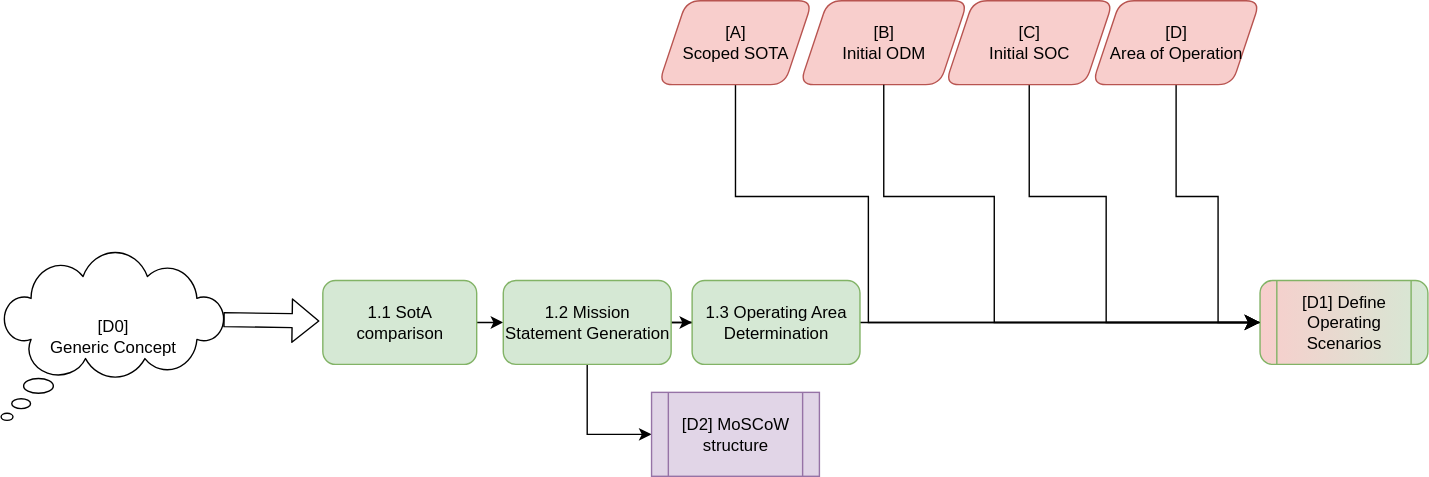
TortoiseFather/sacred-site keeps this draw.io diagram as diagrams/step-1.svg. Above is the earlier version. Source tidied: cells renumbered, new cells last; positions are measured from the earlier drawing's top-left corner, leaving out a move shared by most shapes. The source it was exported from:
```xml
<mxGraphModel background="#ffffff">
  <root>
    <mxCell id="0" />
    <mxCell id="1" parent="0" />
    <mxCell id="2" value="[D0]&lt;div&gt;Generic Concept&lt;/div&gt;" style="whiteSpace=wrap;html=1;shape=mxgraph.basic.cloud_callout;rounded=1;fontColor=#000000;fillColor=#FFFFFF;strokeColor=#000000;" parent="1" vertex="1">
      <mxGeometry y="180" width="160" height="120" as="geometry" />
    </mxCell>
    <mxCell id="3" style="shape=flexArrow;endArrow=classic;html=1;rounded=1;exitX=0.993;exitY=0.4;exitDx=0;exitDy=0;exitPerimeter=0;entryX=-0.022;entryY=0.483;entryDx=0;entryDy=0;entryPerimeter=0;strokeColor=#000000;" parent="1" edge="1" source="2" target="11">
      <mxGeometry relative="1" as="geometry" />
    </mxCell>
    <mxCell id="4" style="edgeStyle=orthogonalEdgeStyle;rounded=1;jettySize=auto;html=1;strokeColor=#000000;" parent="1" edge="1" target="8">
      <mxGeometry relative="1" as="geometry">
        <mxPoint x="340" y="230" as="sourcePoint" />
      </mxGeometry>
    </mxCell>
    <mxCell id="5" style="edgeStyle=orthogonalEdgeStyle;rounded=1;jettySize=auto;html=1;strokeColor=#000000;" parent="1" edge="1" source="8">
      <mxGeometry relative="1" as="geometry">
        <mxPoint x="560" y="230" as="targetPoint" />
      </mxGeometry>
    </mxCell>
    <mxCell id="6" style="edgeStyle=orthogonalEdgeStyle;rounded=0;jettySize=auto;html=1;entryX=0;entryY=0.5;entryDx=0;entryDy=0;strokeColor=#000000;" parent="1" edge="1" source="8" target="13">
      <mxGeometry relative="1" as="geometry" />
    </mxCell>
    <mxCell id="7" style="edgeStyle=orthogonalEdgeStyle;rounded=0;jettySize=auto;html=1;entryX=0;entryY=0.5;entryDx=0;entryDy=0;strokeColor=#000000;" parent="1" edge="1" source="8" target="21">
      <mxGeometry relative="1" as="geometry" />
    </mxCell>
    <mxCell id="8" value="1.2 Mission Statement Generation" style="whiteSpace=wrap;html=1;rounded=1;strokeColor=#82b366;fillColor=#d5e8d4;" parent="1" vertex="1">
      <mxGeometry x="359" y="200" width="120" height="60" as="geometry" />
    </mxCell>
    <mxCell id="9" style="edgeStyle=none;curved=0;rounded=0;jettySize=auto;html=1;entryX=0;entryY=0.5;entryDx=0;entryDy=0;fontSize=12;startSize=8;endSize=8;strokeColor=#000000;" parent="1" edge="1" source="10">
      <mxGeometry relative="1" as="geometry">
        <mxPoint x="960" y="230" as="targetPoint" />
        <Array as="points">
          <mxPoint x="525" y="140" />
          <mxPoint x="620" y="140" />
          <mxPoint x="620" y="230" />
        </Array>
      </mxGeometry>
    </mxCell>
    <mxCell id="10" value="&lt;div&gt;&lt;span style=&quot;color: rgb(0, 0, 0);&quot;&gt;[A]&lt;/span&gt;&lt;/div&gt;&lt;div&gt;&lt;span style=&quot;color: rgb(0, 0, 0);&quot;&gt;Scoped SOTA&lt;/span&gt;&lt;/div&gt;" style="shape=parallelogram;perimeter=parallelogramPerimeter;whiteSpace=wrap;html=1;fixedSize=1;rounded=1;strokeColor=#b85450;fillColor=#f8cecc;" parent="1" vertex="1">
      <mxGeometry x="470" width="110" height="60" as="geometry" />
    </mxCell>
    <mxCell id="11" value="1.1 SotA comparison" style="rounded=1;whiteSpace=wrap;html=1;strokeColor=#82b366;fillColor=#d5e8d4;" parent="1" vertex="1">
      <mxGeometry x="230" y="200" width="110" height="60" as="geometry" />
    </mxCell>
    <mxCell id="12" style="edgeStyle=none;curved=1;rounded=1;jettySize=auto;html=1;entryX=0;entryY=0.5;entryDx=0;entryDy=0;fontSize=12;startSize=8;endSize=8;strokeColor=#000000;" parent="1" edge="1" source="13" target="16">
      <mxGeometry relative="1" as="geometry" />
    </mxCell>
    <mxCell id="13" value="1.3 Operating Area Determination" style="rounded=1;whiteSpace=wrap;html=1;strokeColor=#82b366;fillColor=#d5e8d4;" parent="1" vertex="1">
      <mxGeometry x="494" y="200" width="120" height="60" as="geometry" />
    </mxCell>
    <mxCell id="14" style="edgeStyle=none;curved=0;rounded=0;jettySize=auto;html=1;entryX=0;entryY=0.5;entryDx=0;entryDy=0;fontSize=12;startSize=8;endSize=8;strokeColor=#000000;" parent="1" edge="1" source="15">
      <mxGeometry relative="1" as="geometry">
        <mxPoint x="930" y="230" as="targetPoint" />
        <Array as="points">
          <mxPoint x="840" y="140" />
          <mxPoint x="870" y="140" />
          <mxPoint x="870" y="230" />
        </Array>
      </mxGeometry>
    </mxCell>
    <mxCell id="15" value="[D]&lt;div&gt;&lt;span style=&quot;color: rgb(0, 0, 0);&quot;&gt;Area of Operation&lt;/span&gt;&lt;/div&gt;" style="shape=parallelogram;perimeter=parallelogramPerimeter;whiteSpace=wrap;html=1;fixedSize=1;rounded=1;strokeColor=#b85450;fillColor=#f8cecc;" parent="1" vertex="1">
      <mxGeometry x="780" width="120" height="60" as="geometry" />
    </mxCell>
    <mxCell id="16" value="[D1] Define Operating Scenarios" style="shape=process;whiteSpace=wrap;html=1;backgroundOutline=1;rounded=1;strokeColor=#82b366;fillColor=#d5e8d4;gradientDirection=west;gradientColor=#F8CECC;" parent="1" vertex="1">
      <mxGeometry x="900" y="200" width="120" height="60" as="geometry" />
    </mxCell>
    <mxCell id="17" value="&lt;div&gt;&lt;span style=&quot;color: rgb(0, 0, 0);&quot;&gt;[B]&lt;/span&gt;&lt;/div&gt;&lt;div&gt;&lt;span style=&quot;color: rgb(0, 0, 0);&quot;&gt;Initial ODM&lt;/span&gt;&lt;/div&gt;" style="shape=parallelogram;perimeter=parallelogramPerimeter;whiteSpace=wrap;html=1;fixedSize=1;rounded=1;strokeColor=#b85450;fillColor=#f8cecc;" parent="1" vertex="1">
      <mxGeometry x="571" width="120" height="60" as="geometry" />
    </mxCell>
    <mxCell id="18" style="edgeStyle=none;curved=0;rounded=0;jettySize=auto;html=1;exitX=0.5;exitY=1;exitDx=0;exitDy=0;entryX=0;entryY=0.5;entryDx=0;entryDy=0;fontSize=12;startSize=8;endSize=8;strokeColor=#000000;" parent="1" edge="1" source="19" target="16">
      <mxGeometry relative="1" as="geometry">
        <Array as="points">
          <mxPoint x="735" y="140" />
          <mxPoint x="790" y="140" />
          <mxPoint x="790" y="230" />
        </Array>
      </mxGeometry>
    </mxCell>
    <mxCell id="19" value="&lt;span style=&quot;color: rgb(0, 0, 0);&quot;&gt;[C]&lt;/span&gt;&lt;div&gt;&lt;span style=&quot;color: rgb(0, 0, 0);&quot;&gt;Initial SOC&lt;/span&gt;&lt;/div&gt;" style="shape=parallelogram;perimeter=parallelogramPerimeter;whiteSpace=wrap;html=1;fixedSize=1;rounded=1;strokeColor=#b85450;fillColor=#f8cecc;" parent="1" vertex="1">
      <mxGeometry x="675" width="120" height="60" as="geometry" />
    </mxCell>
    <mxCell id="20" style="endArrow=classic;html=1;rounded=0;fontSize=12;startSize=8;endSize=8;curved=0;exitX=0.5;exitY=1;exitDx=0;exitDy=0;entryX=0;entryY=0.5;entryDx=0;entryDy=0;strokeColor=#000000;" parent="1" edge="1" source="17" target="16">
      <mxGeometry relative="1" as="geometry">
        <Array as="points">
          <mxPoint x="631" y="140" />
          <mxPoint x="710" y="140" />
          <mxPoint x="710" y="230" />
        </Array>
      </mxGeometry>
    </mxCell>
    <mxCell id="21" value="&lt;div&gt;&lt;span style=&quot;color: rgb(0, 0, 0);&quot;&gt;[D2] MoSCoW structure&lt;/span&gt;&lt;/div&gt;" style="shape=process;whiteSpace=wrap;html=1;backgroundOutline=1;fillColor=#e1d5e7;strokeColor=#9673a6;gradientDirection=west;" parent="1" vertex="1">
      <mxGeometry x="465" y="280" width="120" height="60" as="geometry" />
    </mxCell>
  </root>
</mxGraphModel>
```
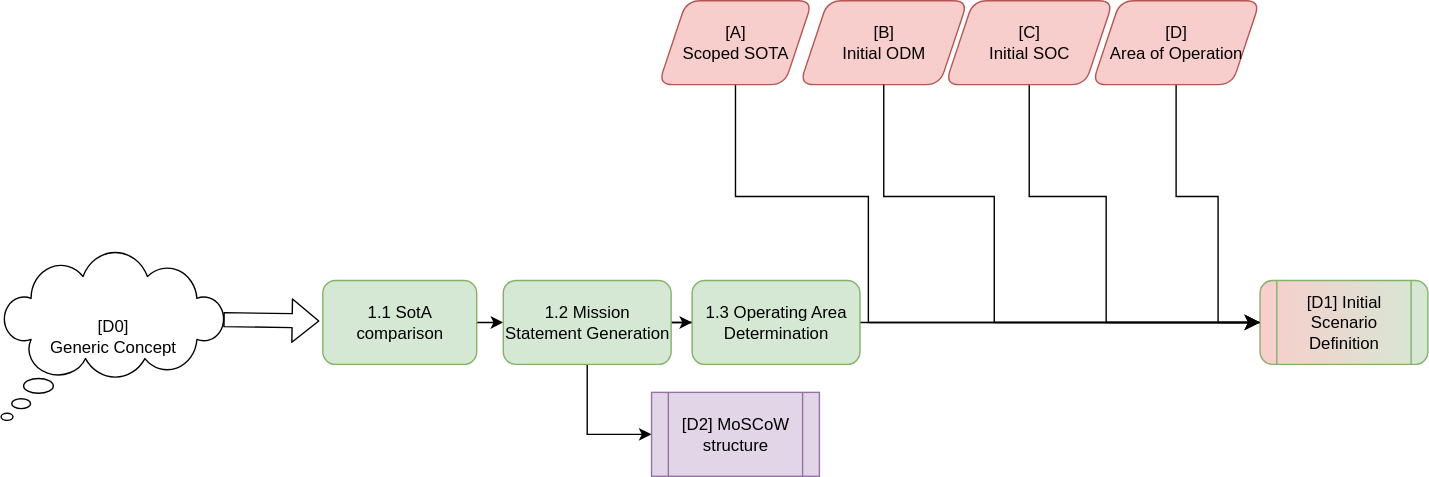
After the change.

Change to the diagram source:
```diff
@@ -62,7 +62,7 @@
     <mxCell id="15" value="[D]&lt;div&gt;&lt;span style=&quot;color: rgb(0, 0, 0);&quot;&gt;Area of Operation&lt;/span&gt;&lt;/div&gt;" style="shape=parallelogram;perimeter=parallelogramPerimeter;whiteSpace=wrap;html=1;fixedSize=1;rounded=1;strokeColor=#b85450;fillColor=#f8cecc;" parent="1" vertex="1">
       <mxGeometry x="780" width="120" height="60" as="geometry" />
     </mxCell>
-    <mxCell id="16" value="[D1] Define Operating Scenarios" style="shape=process;whiteSpace=wrap;html=1;backgroundOutline=1;rounded=1;strokeColor=#82b366;fillColor=#d5e8d4;gradientDirection=west;gradientColor=#F8CECC;" parent="1" vertex="1">
+    <mxCell id="16" value="[D1] Initial Scenario Definition" style="shape=process;whiteSpace=wrap;html=1;backgroundOutline=1;rounded=1;strokeColor=#82b366;fillColor=#d5e8d4;gradientDirection=west;gradientColor=#F8CECC;" parent="1" vertex="1">
       <mxGeometry x="900" y="200" width="120" height="60" as="geometry" />
     </mxCell>
     <mxCell id="17" value="&lt;div&gt;&lt;span style=&quot;color: rgb(0, 0, 0);&quot;&gt;[B]&lt;/span&gt;&lt;/div&gt;&lt;div&gt;&lt;span style=&quot;color: rgb(0, 0, 0);&quot;&gt;Initial ODM&lt;/span&gt;&lt;/div&gt;" style="shape=parallelogram;perimeter=parallelogramPerimeter;whiteSpace=wrap;html=1;fixedSize=1;rounded=1;strokeColor=#b85450;fillColor=#f8cecc;" parent="1" vertex="1">
```
